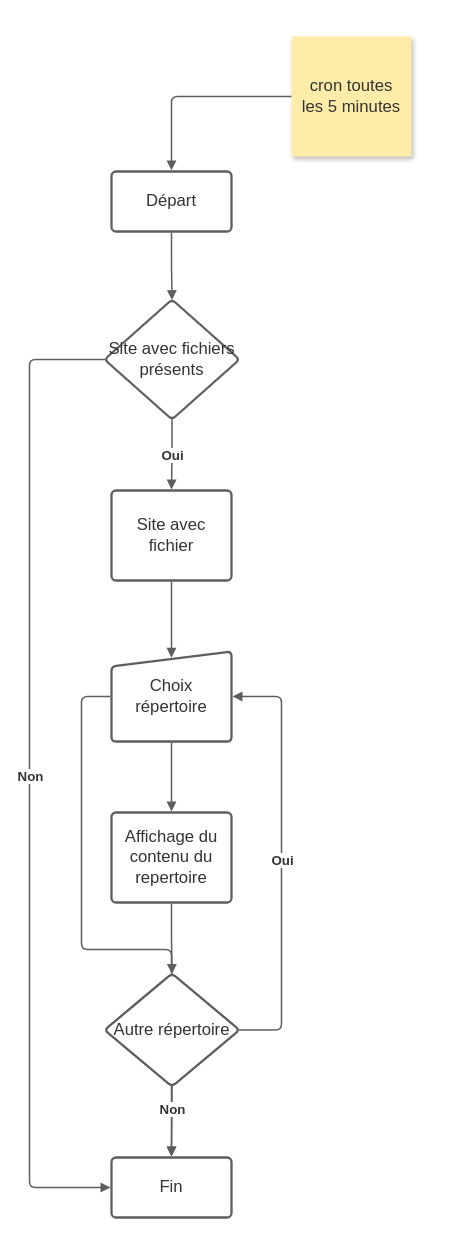
Before: Projects/blockedFiles.sh.drawio in noisel/Draw, a draw.io diagram. Source tidied: cells renumbered, new cells numbered last; positions are measured from the earlier drawing's top-left corner, leaving out a move shared by most shapes. Both pictures are drawn from the tidied source at 100%, with x=0, y=0 at pixel (29, 36).
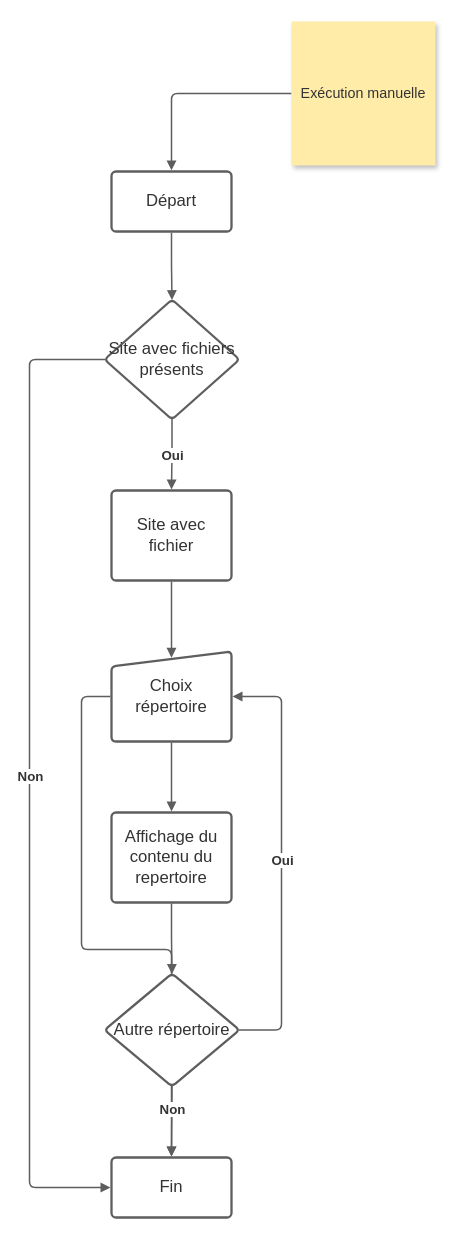
The same page after the edit.

Commit message (it also covers changes not shown here):
Mettre à jour blockedFiles.sh.drawio

The change refers to these unchanged cells:
```xml
<mxCell id="2" value="Départ" style="html=1;overflow=block;blockSpacing=1;whiteSpace=wrap;fontSize=16.7;fontColor=#333333;align=center;spacing=3.8;strokeColor=#5e5e5e;strokeOpacity=100;rounded=1;absoluteArcSize=1;arcSize=9;strokeWidth=2.3;lucidId=jf_~ENNJLpJF;" parent="1" vertex="1">
  <mxGeometry x="82" y="135" width="120" height="60" as="geometry" />
</mxCell>
```

Change to the diagram source:
```diff
@@
-    <mxCell id="4" value="cron toutes les 5 minutes" style="html=1;overflow=block;blockSpacing=1;whiteSpace=wrap;shadow=1;fontSize=16.7;fontColor=#333333;align=center;spacing=9;strokeColor=none;strokeOpacity=100;fillColor=#FFECA9;strokeWidth=0;lucidId=pf_~0ystKE3p;" parent="1" vertex="1">
-      <mxGeometry x="262" width="120" height="120" as="geometry" />
-    </mxCell>
-    <mxCell id="5" style="html=1;jettySize=18;whiteSpace=wrap;fontSize=13;strokeColor=#5E5E5E;strokeWidth=1.5;rounded=1;arcSize=12;edgeStyle=orthogonalEdgeStyle;startArrow=none;endArrow=block;endFill=1;exitX=0;exitY=0.5;exitPerimeter=0;entryX=0.5;entryY=-0.019;entryPerimeter=0;lucidId=Rf_~X~6D8Y5-;" parent="1" edge="1" source="4" target="2">
+    <mxCell id="5" style="html=1;jettySize=18;whiteSpace=wrap;fontSize=13;strokeColor=#5E5E5E;strokeWidth=1.5;rounded=1;arcSize=12;edgeStyle=orthogonalEdgeStyle;startArrow=none;endArrow=block;endFill=1;entryX=0.5;entryY=-0.019;entryPerimeter=0;lucidId=Rf_~X~6D8Y5-;exitX=0;exitY=0.5;exitDx=0;exitDy=0;" parent="1" edge="1" source="24" target="2">
       <mxGeometry relative="1" as="geometry" />
     </mxCell>
@@
+    <mxCell id="24" value="Exécution manuelle" style="html=1;overflow=block;blockSpacing=1;whiteSpace=wrap;fontSize=14.3;fontFamily=Arimo;fontColor=#333333;spacing=0;strokeColor=none;strokeOpacity=0;fillOpacity=100;shadow=1;fillColor=#FFECA9;strokeWidth=0;lucidId=koTxUPab049Cm;" parent="1" vertex="1">
+      <mxGeometry x="262" y="-15" width="144" height="144" as="geometry" />
+    </mxCell>
```
